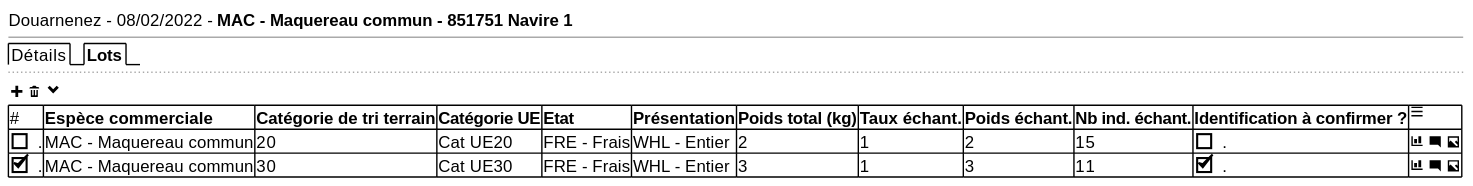
Above: projects/obsvente/spe/images/sale.svg in sumaris-net/sumaris-doc (PlantUML), before the change. Its source is kept beside it as projects/obsvente/spe/images/sale.puml.
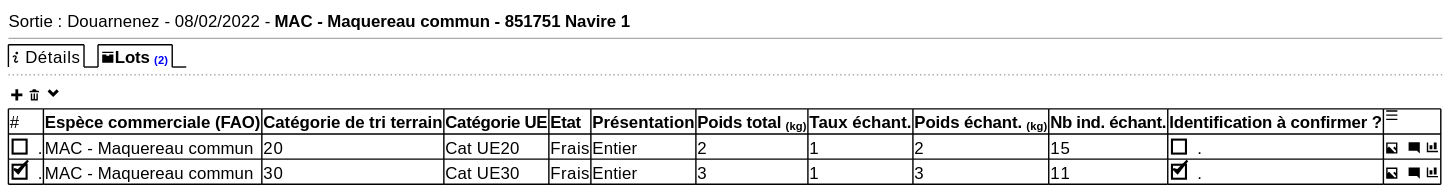
The same diagram one commit later.

The edit, as a diff of the source:
```diff
@@ -1,15 +1,15 @@
 @startsalt
 {
-  Douarnenez - 08/02/2022 - <b>MAC - Maquereau commun - 851751 Navire 1
+  Sortie : Douarnenez - 08/02/2022 - <b>MAC - Maquereau commun - 851751 Navire 1
   --
-  {/  Détails | <b>Lots}
+  {/  <&info>Détails | <&box><b>Lots <font color=blue size=8><b>(2)}
   ..
   { <&plus> <&trash> <&chevron-bottom> }
 
   {#
-     # | <b>Espèce commerciale | <b>Catégorie de tri terrain | <b>Catégorie UE | <b>Etat | <b>Présentation | <b>Poids total (kg) | <b>Taux échant. | <b>Poids échant. | <b>Nb ind. échant. | <b>Identification à confirmer ?| <&menu>
-     [ ] . | MAC - Maquereau commun | 20 | Cat UE20 | FRE - Frais | WHL - Entier | 2 | 1 | 2 | 15 | [ ]. | <&bar-chart> <&comment-square> <&image>
-     [X] . | MAC - Maquereau commun | 30 | Cat UE30 | FRE - Frais | WHL - Entier | 3 | 1 | 3 | 11 | [X]. | <&bar-chart> <&comment-square> <&image>
+     # | <b>Espèce commerciale (FAO) | <b>Catégorie de tri terrain | <b>Catégorie UE | <b>Etat | <b>Présentation | <b>Poids total <font size=8>(kg) | <b>Taux échant. | <b>Poids échant. <font size=8>(kg) | <b>Nb ind. échant. | <b>Identification à confirmer ?| <&menu>
+     [ ] . | MAC - Maquereau commun | 20 | Cat UE20 | Frais | Entier | 2 | 1 | 2 | 15 | [ ]. | <&image>  <&comment-square> <&bar-chart>
+     [X] . | MAC - Maquereau commun | 30 | Cat UE30 | Frais | Entier | 3 | 1 | 3 | 11 | [X]. | <&image>  <&comment-square> <&bar-chart>
    }
 
 }
```
